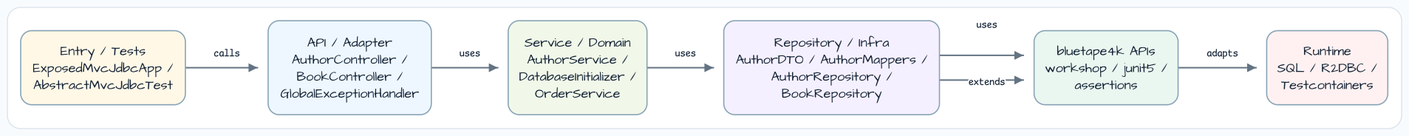
bluetape4k/bluetape4k-workshop keeps this Graphviz diagram as docs/images/readme-diagrams/exposed-mvc-jdbc-readme-architecture-01.png. Above is the earlier version. Its source is kept beside it as docs/images/readme-diagrams/exposed-mvc-jdbc-readme-architecture-01.dot. The source it was exported from:
```dot
digraph G {
  graph [
    rankdir=LR,
    bgcolor="white",
    pad="0.35",
    nodesep="0.55",
    ranksep="0.75",
    splines=ortho,
    outputorder=edgesfirst
  ];
  node [
    shape=box,
    style="rounded,filled",
    penwidth=1.4,
    color="#88A3B5",
    fillcolor="#F6FAFF",
    fontname="Architects Daughter",
    fontsize=14,
    margin="0.14,0.10"
  ];
  edge [
    color="#637383",
    arrowsize=0.8,
    penwidth=1.5,
    fontname="Comic Mono",
    fontsize=11
  ];

  entry [label="Entry / Tests\nExposedMvcJdbcApp /\nAbstractMvcJdbcTest", fillcolor="#FFF8E7"];
  api [label="API / Adapter\nAuthorController /\nBookController /\nGlobalExceptionHandler", fillcolor="#EEF7FF"];
  service [label="Service / Domain\nAuthorService /\nDatabaseInitializer /\nOrderService", fillcolor="#F1F8E9"];
  infra [label="Repository / Infra\nAuthorDTO / AuthorMappers /\nAuthorRepository /\nBookRepository", fillcolor="#F5F0FF"];
  bt [label="bluetape4k APIs\nworkshop / junit5 /\nassertions", fillcolor="#EAF7F0"];
  runtime [label="Runtime\nSQL / R2DBC /\nTestcontainers", fillcolor="#FFF1F1"];

  entry -> api [label="calls"];
  api -> service [label="uses"];
  service -> infra [label="uses"];
  infra -> bt [label="uses"];
  infra -> bt [label="extends"];
  bt -> runtime [label="adapts"];
}
```
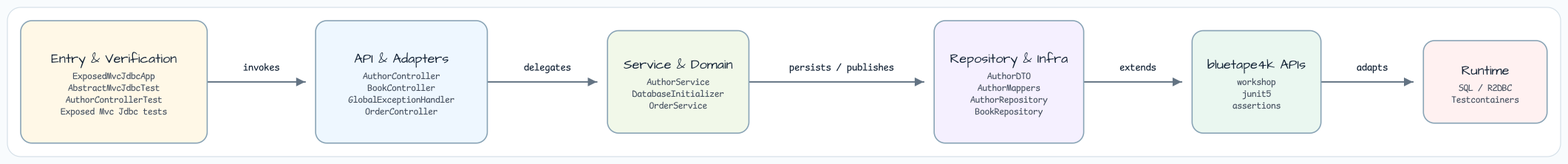
Above is the later version.

Change to the diagram source:
```diff
@@ -3,8 +3,8 @@
     rankdir=LR,
     bgcolor="white",
     pad="0.35",
-    nodesep="0.55",
-    ranksep="0.75",
+    nodesep="0.70",
+    ranksep="0.95",
     splines=ortho,
     outputorder=edgesfirst
   ];
@@ -16,7 +16,7 @@
     fillcolor="#F6FAFF",
     fontname="Architects Daughter",
     fontsize=14,
-    margin="0.14,0.10"
+    margin="0.20,0.16"
   ];
   edge [
     color="#637383",
@@ -26,17 +26,16 @@
     fontsize=11
   ];
 
-  entry [label="Entry / Tests\nExposedMvcJdbcApp /\nAbstractMvcJdbcTest", fillcolor="#FFF8E7"];
-  api [label="API / Adapter\nAuthorController /\nBookController /\nGlobalExceptionHandler", fillcolor="#EEF7FF"];
-  service [label="Service / Domain\nAuthorService /\nDatabaseInitializer /\nOrderService", fillcolor="#F1F8E9"];
-  infra [label="Repository / Infra\nAuthorDTO / AuthorMappers /\nAuthorRepository /\nBookRepository", fillcolor="#F5F0FF"];
-  bt [label="bluetape4k APIs\nworkshop / junit5 /\nassertions", fillcolor="#EAF7F0"];
-  runtime [label="Runtime\nSQL / R2DBC /\nTestcontainers", fillcolor="#FFF1F1"];
+  entry [label="Entry & Verification\nExposedMvcJdbcApp\nAbstractMvcJdbcTest\nAuthorControllerTest\nExposed Mvc Jdbc tests", fillcolor="#FFF8E7"];
+  api [label="API & Adapters\nAuthorController\nBookController\nGlobalExceptionHandler\nOrderController", fillcolor="#EEF7FF"];
+  service [label="Service & Domain\nAuthorService\nDatabaseInitializer\nOrderService", fillcolor="#F1F8E9"];
+  infra [label="Repository & Infra\nAuthorDTO\nAuthorMappers\nAuthorRepository\nBookRepository", fillcolor="#F5F0FF"];
+  bt [label="bluetape4k APIs\nworkshop\njunit5\nassertions", fillcolor="#EAF7F0"];
+  runtime [label="Runtime\nSQL / R2DBC\nTestcontainers", fillcolor="#FFF1F1"];
 
-  entry -> api [label="calls"];
-  api -> service [label="uses"];
-  service -> infra [label="uses"];
-  infra -> bt [label="uses"];
+  entry -> api [label="invokes"];
+  api -> service [label="delegates"];
+  service -> infra [label="persists / publishes"];
   infra -> bt [label="extends"];
   bt -> runtime [label="adapts"];
 }
```
